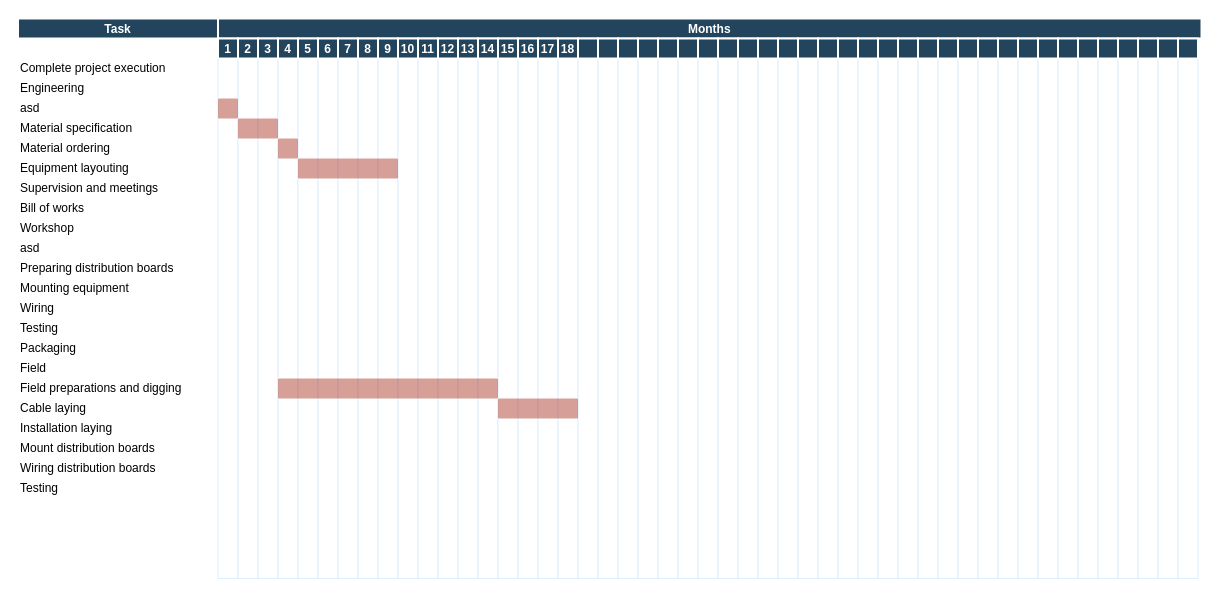
Earlier version of the draw.io diagram figs/gant.drawio (Radar-Lei/STF_HK2025). Source tidied: cells renumbered, new cells numbered last; positions are measured from the earlier drawing's top-left corner, leaving out a move shared by most shapes. Both pictures are drawn from the tidied source at 100%, with x=0, y=0 at pixel (17, 18).
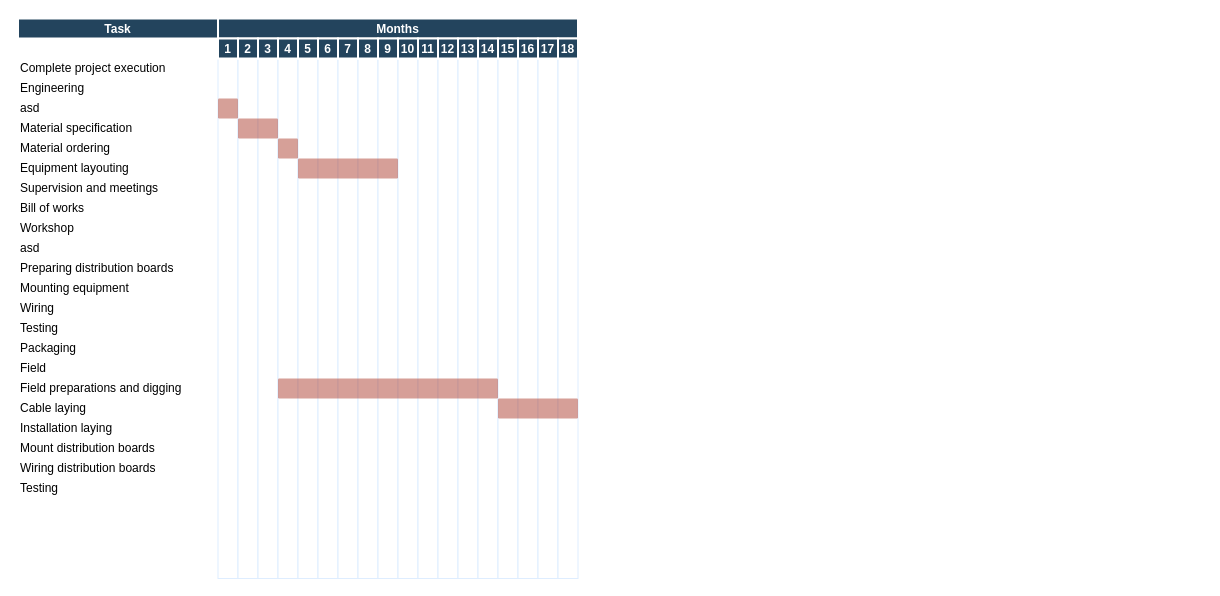
After the change.

Commit message:
upd gantt

Diff of the diagram source:
```diff
@@
     <mxCell id="2" value="Months" style="fillColor=#23445D;strokeColor=#FFFFFF;strokeWidth=2;fontColor=#FFFFFF;fontStyle=1;" parent="1" vertex="1">
-      <mxGeometry x="200.5" width="983.5" height="20" as="geometry" />
+      <mxGeometry x="200.5" width="360" height="20" as="geometry" />
     </mxCell>
@@
-    <mxCell id="21" style="strokeColor=#DEEDFF;" parent="1" vertex="1">
-      <mxGeometry x="560.5" y="40" width="20" height="520" as="geometry" />
-    </mxCell>
-    <mxCell id="22" style="strokeColor=#DEEDFF;" parent="1" vertex="1">
-      <mxGeometry x="580.5" y="40" width="20" height="520" as="geometry" />
-    </mxCell>
-    <mxCell id="23" style="strokeColor=#DEEDFF;" parent="1" vertex="1">
-      <mxGeometry x="600.5" y="40" width="20" height="520" as="geometry" />
-    </mxCell>
-    <mxCell id="24" style="strokeColor=#DEEDFF;" parent="1" vertex="1">
-      <mxGeometry x="620.5" y="40" width="20" height="520" as="geometry" />
-    </mxCell>
-    <mxCell id="25" style="strokeColor=#DEEDFF;" parent="1" vertex="1">
-      <mxGeometry x="640.5" y="40" width="20" height="520" as="geometry" />
-    </mxCell>
-    <mxCell id="26" style="strokeColor=#DEEDFF;" parent="1" vertex="1">
-      <mxGeometry x="660.5" y="40" width="20" height="520" as="geometry" />
-    </mxCell>
-    <mxCell id="27" style="strokeColor=#DEEDFF;" parent="1" vertex="1">
-      <mxGeometry x="680.5" y="40" width="20" height="520" as="geometry" />
-    </mxCell>
-    <mxCell id="28" style="strokeColor=#DEEDFF;" parent="1" vertex="1">
-      <mxGeometry x="700.5" y="40" width="20" height="520" as="geometry" />
-    </mxCell>
-    <mxCell id="29" style="strokeColor=#DEEDFF;" parent="1" vertex="1">
-      <mxGeometry x="720.5" y="40" width="20" height="520" as="geometry" />
-    </mxCell>
-    <mxCell id="30" style="strokeColor=#DEEDFF;" parent="1" vertex="1">
-      <mxGeometry x="740.5" y="40" width="20" height="520" as="geometry" />
-    </mxCell>
-    <mxCell id="31" style="strokeColor=#DEEDFF;" parent="1" vertex="1">
-      <mxGeometry x="760.5" y="40" width="20" height="520" as="geometry" />
-    </mxCell>
-    <mxCell id="32" style="strokeColor=#DEEDFF;" parent="1" vertex="1">
-      <mxGeometry x="780.5" y="40" width="20" height="520" as="geometry" />
-    </mxCell>
-    <mxCell id="33" style="strokeColor=#DEEDFF;" parent="1" vertex="1">
-      <mxGeometry x="800.5" y="40" width="20" height="520" as="geometry" />
-    </mxCell>
-    <mxCell id="34" style="strokeColor=#DEEDFF;" parent="1" vertex="1">
-      <mxGeometry x="820.5" y="40" width="20" height="520" as="geometry" />
-    </mxCell>
-    <mxCell id="35" style="strokeColor=#DEEDFF;" parent="1" vertex="1">
-      <mxGeometry x="840.5" y="40" width="20" height="520" as="geometry" />
-    </mxCell>
-    <mxCell id="36" style="strokeColor=#DEEDFF;" parent="1" vertex="1">
-      <mxGeometry x="860.5" y="40" width="20" height="520" as="geometry" />
-    </mxCell>
-    <mxCell id="37" style="strokeColor=#DEEDFF;" parent="1" vertex="1">
-      <mxGeometry x="880.5" y="40" width="20" height="520" as="geometry" />
-    </mxCell>
-    <mxCell id="38" style="strokeColor=#DEEDFF;" parent="1" vertex="1">
-      <mxGeometry x="900.5" y="40" width="20" height="520" as="geometry" />
-    </mxCell>
-    <mxCell id="39" style="strokeColor=#DEEDFF;" parent="1" vertex="1">
-      <mxGeometry x="920.5" y="40" width="20" height="520" as="geometry" />
-    </mxCell>
-    <mxCell id="40" style="strokeColor=#DEEDFF;" parent="1" vertex="1">
-      <mxGeometry x="940.5" y="40" width="20" height="520" as="geometry" />
-    </mxCell>
-    <mxCell id="41" style="strokeColor=#DEEDFF;" parent="1" vertex="1">
-      <mxGeometry x="960.5" y="40" width="20" height="520" as="geometry" />
-    </mxCell>
-    <mxCell id="42" style="strokeColor=#DEEDFF;" parent="1" vertex="1">
-      <mxGeometry x="980.5" y="40" width="20" height="520" as="geometry" />
-    </mxCell>
-    <mxCell id="43" style="strokeColor=#DEEDFF;" parent="1" vertex="1">
-      <mxGeometry x="1000.5" y="40" width="20" height="520" as="geometry" />
-    </mxCell>
-    <mxCell id="44" style="strokeColor=#DEEDFF;" parent="1" vertex="1">
-      <mxGeometry x="1020.5" y="40" width="20" height="520" as="geometry" />
-    </mxCell>
-    <mxCell id="45" style="strokeColor=#DEEDFF;" parent="1" vertex="1">
-      <mxGeometry x="1040.5" y="40" width="20" height="520" as="geometry" />
-    </mxCell>
-    <mxCell id="46" style="strokeColor=#DEEDFF;" parent="1" vertex="1">
-      <mxGeometry x="1060.5" y="40" width="20" height="520" as="geometry" />
-    </mxCell>
-    <mxCell id="47" style="strokeColor=#DEEDFF;" parent="1" vertex="1">
-      <mxGeometry x="1080.5" y="40" width="20" height="520" as="geometry" />
-    </mxCell>
-    <mxCell id="48" style="strokeColor=#DEEDFF;" parent="1" vertex="1">
-      <mxGeometry x="1100.5" y="40" width="20" height="520" as="geometry" />
-    </mxCell>
-    <mxCell id="49" style="strokeColor=#DEEDFF;" parent="1" vertex="1">
-      <mxGeometry x="1120.5" y="40" width="20" height="520" as="geometry" />
-    </mxCell>
-    <mxCell id="50" style="strokeColor=#DEEDFF;" parent="1" vertex="1">
-      <mxGeometry x="1140.5" y="40" width="20" height="520" as="geometry" />
-    </mxCell>
-    <mxCell id="51" style="strokeColor=#DEEDFF;" parent="1" vertex="1">
-      <mxGeometry x="1160.5" y="40" width="20" height="520" as="geometry" />
-    </mxCell>
@@
-    <mxCell id="70" style="fillColor=#23445D;strokeColor=#FFFFFF;strokeWidth=2;fontColor=#FFFFFF;fontStyle=1;" parent="1" vertex="1">
-      <mxGeometry x="560.5" y="20" width="20" height="20" as="geometry" />
-    </mxCell>
-    <mxCell id="71" style="fillColor=#23445D;strokeColor=#FFFFFF;strokeWidth=2;fontColor=#FFFFFF;fontStyle=1;" parent="1" vertex="1">
-      <mxGeometry x="580.5" y="20" width="20" height="20" as="geometry" />
-    </mxCell>
-    <mxCell id="72" style="fillColor=#23445D;strokeColor=#FFFFFF;strokeWidth=2;fontColor=#FFFFFF;fontStyle=1;" parent="1" vertex="1">
-      <mxGeometry x="600.5" y="20" width="20" height="20" as="geometry" />
-    </mxCell>
-    <mxCell id="73" style="fillColor=#23445D;strokeColor=#FFFFFF;strokeWidth=2;fontColor=#FFFFFF;fontStyle=1;" parent="1" vertex="1">
-      <mxGeometry x="620.5" y="20" width="20" height="20" as="geometry" />
-    </mxCell>
-    <mxCell id="74" style="fillColor=#23445D;strokeColor=#FFFFFF;strokeWidth=2;fontColor=#FFFFFF;fontStyle=1;" parent="1" vertex="1">
-      <mxGeometry x="640.5" y="20" width="20" height="20" as="geometry" />
-    </mxCell>
-    <mxCell id="75" style="fillColor=#23445D;strokeColor=#FFFFFF;strokeWidth=2;fontColor=#FFFFFF;fontStyle=1;" parent="1" vertex="1">
-      <mxGeometry x="660.5" y="20" width="20" height="20" as="geometry" />
-    </mxCell>
-    <mxCell id="76" style="fillColor=#23445D;strokeColor=#FFFFFF;strokeWidth=2;fontColor=#FFFFFF;fontStyle=1;" parent="1" vertex="1">
-      <mxGeometry x="680.5" y="20" width="20" height="20" as="geometry" />
-    </mxCell>
-    <mxCell id="77" style="fillColor=#23445D;strokeColor=#FFFFFF;strokeWidth=2;fontColor=#FFFFFF;fontStyle=1;" parent="1" vertex="1">
-      <mxGeometry x="700.5" y="20" width="20" height="20" as="geometry" />
-    </mxCell>
-    <mxCell id="78" style="fillColor=#23445D;strokeColor=#FFFFFF;strokeWidth=2;fontColor=#FFFFFF;fontStyle=1;" parent="1" vertex="1">
-      <mxGeometry x="720.5" y="20" width="20" height="20" as="geometry" />
-    </mxCell>
-    <mxCell id="79" style="fillColor=#23445D;strokeColor=#FFFFFF;strokeWidth=2;fontColor=#FFFFFF;fontStyle=1;" parent="1" vertex="1">
-      <mxGeometry x="740.5" y="20" width="20" height="20" as="geometry" />
-    </mxCell>
-    <mxCell id="80" style="fillColor=#23445D;strokeColor=#FFFFFF;strokeWidth=2;fontColor=#FFFFFF;fontStyle=1;" parent="1" vertex="1">
-      <mxGeometry x="760.5" y="20" width="20" height="20" as="geometry" />
-    </mxCell>
-    <mxCell id="81" style="fillColor=#23445D;strokeColor=#FFFFFF;strokeWidth=2;fontColor=#FFFFFF;fontStyle=1;" parent="1" vertex="1">
-      <mxGeometry x="780.5" y="20" width="20" height="20" as="geometry" />
-    </mxCell>
-    <mxCell id="82" style="fillColor=#23445D;strokeColor=#FFFFFF;strokeWidth=2;fontColor=#FFFFFF;fontStyle=1;" parent="1" vertex="1">
-      <mxGeometry x="800.5" y="20" width="20" height="20" as="geometry" />
-    </mxCell>
-    <mxCell id="83" style="fillColor=#23445D;strokeColor=#FFFFFF;strokeWidth=2;fontColor=#FFFFFF;fontStyle=1;" parent="1" vertex="1">
-      <mxGeometry x="820.5" y="20" width="20" height="20" as="geometry" />
-    </mxCell>
-    <mxCell id="84" style="fillColor=#23445D;strokeColor=#FFFFFF;strokeWidth=2;fontColor=#FFFFFF;fontStyle=1;" parent="1" vertex="1">
-      <mxGeometry x="840.5" y="20" width="20" height="20" as="geometry" />
-    </mxCell>
-    <mxCell id="85" style="fillColor=#23445D;strokeColor=#FFFFFF;strokeWidth=2;fontColor=#FFFFFF;fontStyle=1;" parent="1" vertex="1">
-      <mxGeometry x="860.5" y="20" width="20" height="20" as="geometry" />
-    </mxCell>
-    <mxCell id="86" style="fillColor=#23445D;strokeColor=#FFFFFF;strokeWidth=2;fontColor=#FFFFFF;fontStyle=1;" parent="1" vertex="1">
-      <mxGeometry x="880.5" y="20" width="20" height="20" as="geometry" />
-    </mxCell>
-    <mxCell id="87" style="fillColor=#23445D;strokeColor=#FFFFFF;strokeWidth=2;fontColor=#FFFFFF;fontStyle=1;" parent="1" vertex="1">
-      <mxGeometry x="900.5" y="20" width="20" height="20" as="geometry" />
-    </mxCell>
-    <mxCell id="88" style="fillColor=#23445D;strokeColor=#FFFFFF;strokeWidth=2;fontColor=#FFFFFF;fontStyle=1;" parent="1" vertex="1">
-      <mxGeometry x="920.5" y="20" width="20" height="20" as="geometry" />
-    </mxCell>
-    <mxCell id="89" style="fillColor=#23445D;strokeColor=#FFFFFF;strokeWidth=2;fontColor=#FFFFFF;fontStyle=1;" parent="1" vertex="1">
-      <mxGeometry x="940.5" y="20" width="20" height="20" as="geometry" />
-    </mxCell>
-    <mxCell id="90" style="fillColor=#23445D;strokeColor=#FFFFFF;strokeWidth=2;fontColor=#FFFFFF;fontStyle=1;" parent="1" vertex="1">
-      <mxGeometry x="960.5" y="20" width="20" height="20" as="geometry" />
-    </mxCell>
-    <mxCell id="91" style="fillColor=#23445D;strokeColor=#FFFFFF;strokeWidth=2;fontColor=#FFFFFF;fontStyle=1;" parent="1" vertex="1">
-      <mxGeometry x="980.5" y="20" width="20" height="20" as="geometry" />
-    </mxCell>
-    <mxCell id="92" style="fillColor=#23445D;strokeColor=#FFFFFF;strokeWidth=2;fontColor=#FFFFFF;fontStyle=1;" parent="1" vertex="1">
-      <mxGeometry x="1000.5" y="20" width="20" height="20" as="geometry" />
-    </mxCell>
-    <mxCell id="93" style="fillColor=#23445D;strokeColor=#FFFFFF;strokeWidth=2;fontColor=#FFFFFF;fontStyle=1;" parent="1" vertex="1">
-      <mxGeometry x="1020.5" y="20" width="20" height="20" as="geometry" />
-    </mxCell>
-    <mxCell id="94" style="fillColor=#23445D;strokeColor=#FFFFFF;strokeWidth=2;fontColor=#FFFFFF;fontStyle=1;" parent="1" vertex="1">
-      <mxGeometry x="1040.5" y="20" width="20" height="20" as="geometry" />
-    </mxCell>
-    <mxCell id="95" style="fillColor=#23445D;strokeColor=#FFFFFF;strokeWidth=2;fontColor=#FFFFFF;fontStyle=1;" parent="1" vertex="1">
-      <mxGeometry x="1060.5" y="20" width="20" height="20" as="geometry" />
-    </mxCell>
-    <mxCell id="96" style="fillColor=#23445D;strokeColor=#FFFFFF;strokeWidth=2;fontColor=#FFFFFF;fontStyle=1;" parent="1" vertex="1">
-      <mxGeometry x="1080.5" y="20" width="20" height="20" as="geometry" />
-    </mxCell>
-    <mxCell id="97" style="fillColor=#23445D;strokeColor=#FFFFFF;strokeWidth=2;fontColor=#FFFFFF;fontStyle=1;" parent="1" vertex="1">
-      <mxGeometry x="1100.5" y="20" width="20" height="20" as="geometry" />
-    </mxCell>
-    <mxCell id="98" style="fillColor=#23445D;strokeColor=#FFFFFF;strokeWidth=2;fontColor=#FFFFFF;fontStyle=1;" parent="1" vertex="1">
-      <mxGeometry x="1120.5" y="20" width="20" height="20" as="geometry" />
-    </mxCell>
-    <mxCell id="99" style="fillColor=#23445D;strokeColor=#FFFFFF;strokeWidth=2;fontColor=#FFFFFF;fontStyle=1;" parent="1" vertex="1">
-      <mxGeometry x="1140.5" y="20" width="20" height="20" as="geometry" />
-    </mxCell>
-    <mxCell id="100" style="fillColor=#23445D;strokeColor=#FFFFFF;strokeWidth=2;fontColor=#FFFFFF;fontStyle=1;" parent="1" vertex="1">
-      <mxGeometry x="1160.5" y="20" width="20" height="20" as="geometry" />
-    </mxCell>
```
